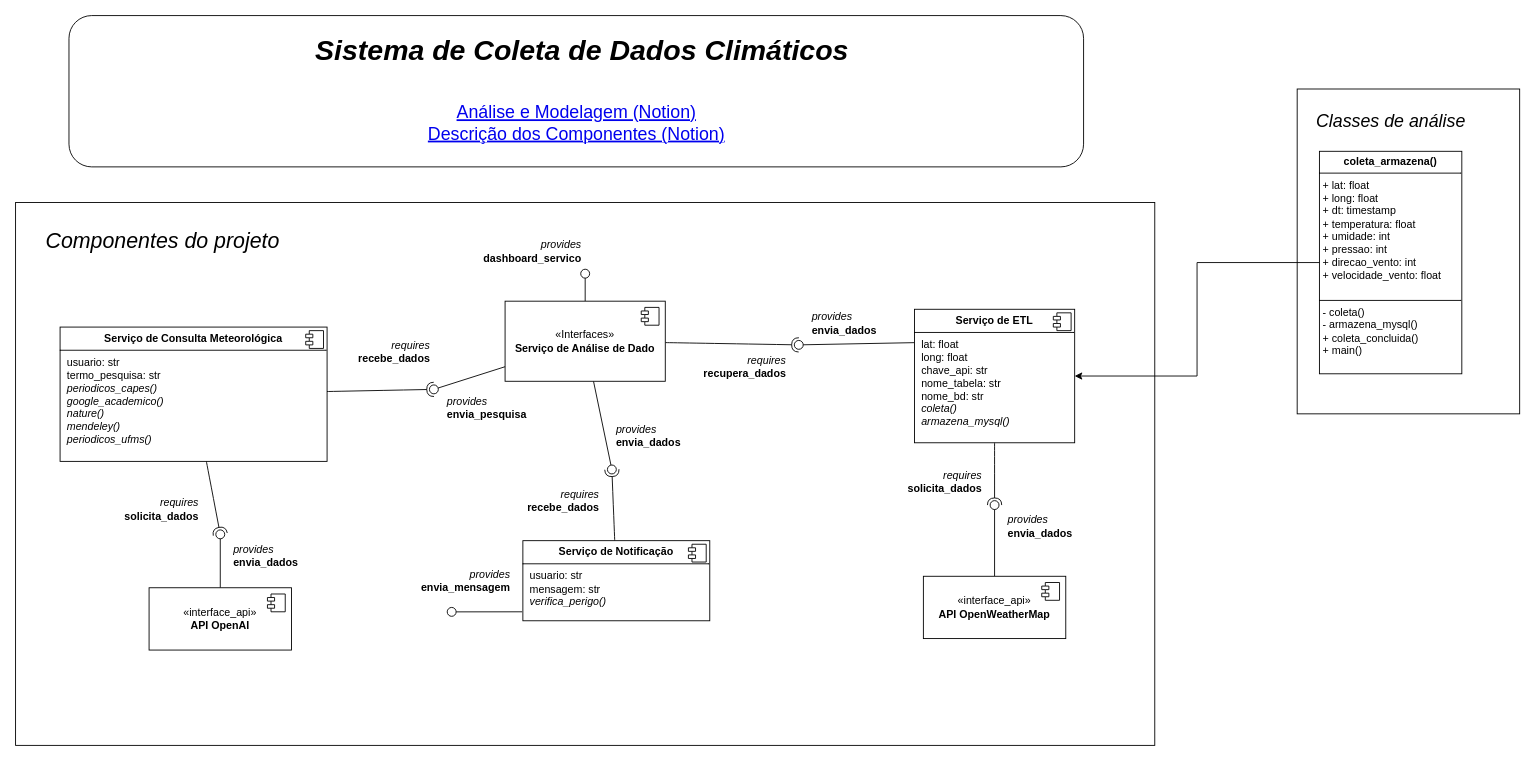
budkee/news_on_weather keeps this draw.io diagram as projeto_software.drawio. Above is the earlier version. Source tidied: cells renumbered, new cells numbered last; positions are measured from the earlier drawing's top-left corner, leaving out a move shared by most shapes. Both pictures are drawn from the tidied source at 89%, with x=0, y=0 at pixel (15, 15).
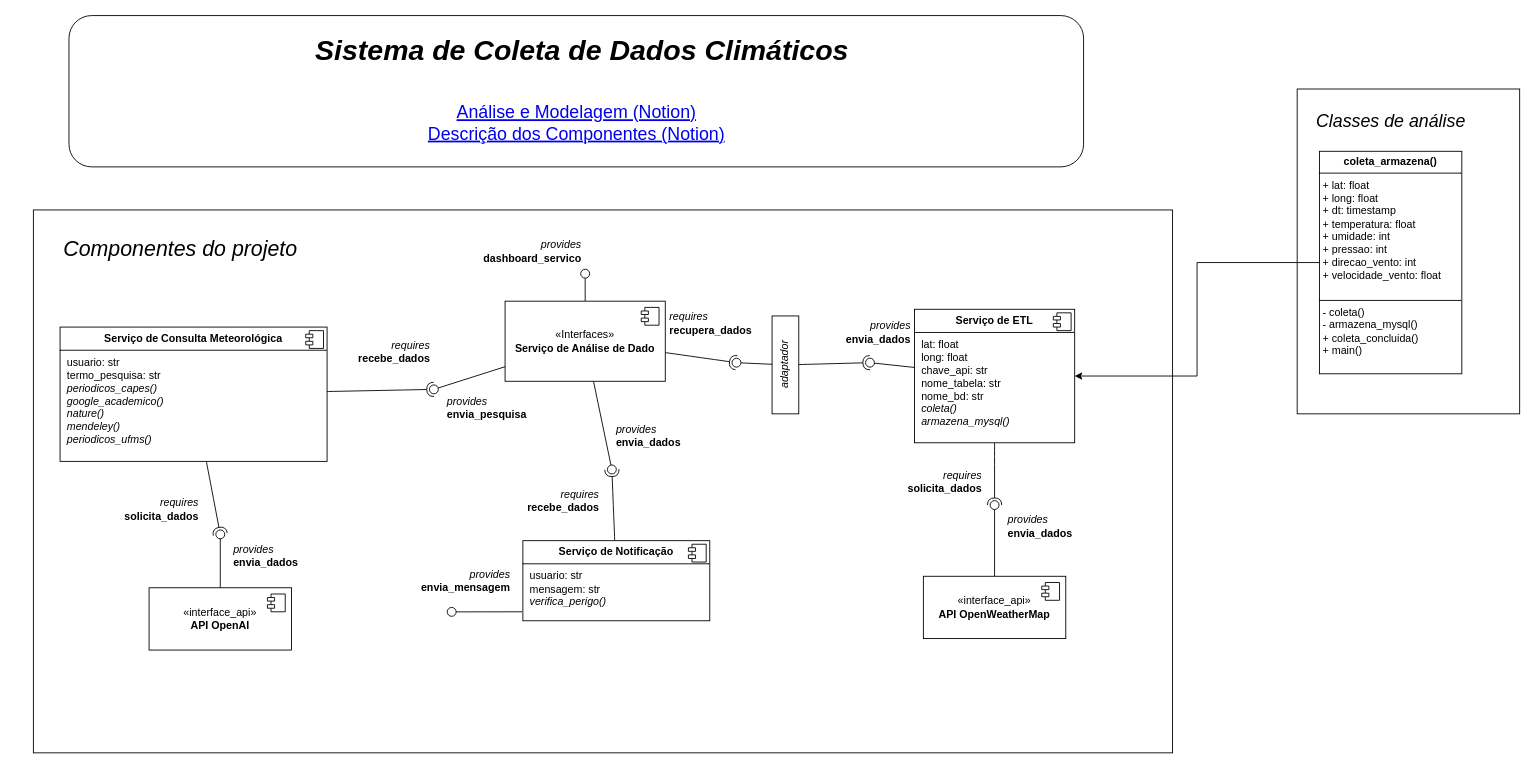
The same diagram, later.

Unchanged cells that the change refers to:
```xml
<mxCell id="14" value="&lt;p style=&quot;margin:0px;margin-top:6px;text-align:center;&quot;&gt;&lt;b&gt;Serviço de ETL&lt;/b&gt;&lt;/p&gt;&lt;hr size=&quot;1&quot; style=&quot;border-style:solid;&quot;&gt;&lt;p style=&quot;margin:0px;margin-left:8px;&quot;&gt;lat: float&lt;/p&gt;&lt;p style=&quot;margin:0px;margin-left:8px;&quot;&gt;long: float&lt;/p&gt;&lt;p style=&quot;margin:0px;margin-left:8px;&quot;&gt;chave_api: str&lt;/p&gt;&lt;p style=&quot;margin:0px;margin-left:8px;&quot;&gt;nome_tabela: str&lt;/p&gt;&lt;p style=&quot;margin:0px;margin-left:8px;&quot;&gt;nome_bd: str&lt;/p&gt;&lt;p style=&quot;margin:0px;margin-left:8px;&quot;&gt;&lt;i&gt;coleta()&lt;/i&gt;&lt;/p&gt;&lt;p style=&quot;margin:0px;margin-left:8px;&quot;&gt;&lt;i&gt;armazena_mysql()&lt;/i&gt;&lt;/p&gt;" style="align=left;overflow=fill;html=1;whiteSpace=wrap;" parent="1" vertex="1">
  <mxGeometry x="1010" y="330" width="180" height="150" as="geometry" />
</mxCell>
<mxCell id="35" value="«Interfaces»&lt;br&gt;&lt;b&gt;Serviço de Análise de Dado&lt;/b&gt;" style="html=1;whiteSpace=wrap;" parent="1" vertex="1">
  <mxGeometry x="550" y="320.9" width="180" height="90" as="geometry" />
</mxCell>
```

What changed in the source:
```diff
@@
     <mxCell id="2" style="group;textShadow=1;" parent="1" vertex="1">
-      <mxGeometry y="210" width="1280" height="610" as="geometry" />
+      <mxGeometry x="20" y="218.4" width="1280" height="610" as="geometry" />
     </mxCell>
@@
-    <mxCell id="13" style="rounded=0;jettySize=auto;html=1;endArrow=oval;endFill=0;sketch=0;sourcePerimeterSpacing=0;targetPerimeterSpacing=0;endSize=10;exitX=0;exitY=0.25;exitDx=0;exitDy=0;" parent="1" edge="1" source="14">
+    <mxCell id="13" style="rounded=0;jettySize=auto;html=1;endArrow=oval;endFill=0;sketch=0;sourcePerimeterSpacing=0;targetPerimeterSpacing=0;endSize=10;" parent="1" edge="1" source="14">
       <mxGeometry relative="1" as="geometry">
-        <mxPoint x="880" y="370" as="targetPoint" />
+        <mxPoint x="960" y="390" as="targetPoint" />
       </mxGeometry>
     </mxCell>
@@
     <mxCell id="21" style="rounded=0;jettySize=auto;html=1;endArrow=halfCircle;endFill=0;endSize=6;strokeWidth=1;sketch=0;fontSize=12;curved=1;" parent="1" edge="1" source="35">
       <mxGeometry relative="1" as="geometry">
-        <mxPoint x="880" y="370" as="targetPoint" />
+        <mxPoint x="810" y="390" as="targetPoint" />
       </mxGeometry>
     </mxCell>
-    <mxCell id="22" value="&lt;div&gt;&lt;span style=&quot;font-weight: normal;&quot;&gt;&lt;i&gt;requires&lt;/i&gt;&lt;/span&gt;&lt;/div&gt;recupera_dados" style="text;align=right;fontStyle=1;verticalAlign=middle;spacingLeft=3;spacingRight=3;strokeColor=none;html=1;" parent="1" vertex="1">
-      <mxGeometry x="790" y="379.1" width="80" height="31.8" as="geometry" />
+    <mxCell id="22" value="&lt;div&gt;&lt;span style=&quot;font-weight: normal;&quot;&gt;&lt;i&gt;requires&lt;/i&gt;&lt;/span&gt;&lt;/div&gt;recupera_dados" style="text;align=left;fontStyle=1;verticalAlign=middle;spacingLeft=3;spacingRight=3;strokeColor=none;html=1;" parent="1" vertex="1">
+      <mxGeometry x="730" y="330" width="80" height="31.8" as="geometry" />
     </mxCell>
@@
-    <mxCell id="25" value="&lt;div&gt;&lt;span style=&quot;font-weight: normal;&quot;&gt;&lt;i&gt;provides&lt;/i&gt;&lt;/span&gt;&lt;/div&gt;envia_dados" style="text;align=left;fontStyle=1;verticalAlign=middle;spacingLeft=3;spacingRight=3;strokeColor=none;html=1;" parent="1" vertex="1">
-      <mxGeometry x="890" y="330" width="110" height="31.8" as="geometry" />
+    <mxCell id="25" value="&lt;div&gt;&lt;span style=&quot;font-weight: normal;&quot;&gt;&lt;i&gt;provides&lt;/i&gt;&lt;/span&gt;&lt;/div&gt;envia_dados" style="text;align=right;fontStyle=1;verticalAlign=middle;spacingLeft=3;spacingRight=3;strokeColor=none;html=1;" parent="1" vertex="1">
+      <mxGeometry x="900" y="340" width="110" height="31.8" as="geometry" />
     </mxCell>
@@
+    <mxCell id="53" style="group;" parent="1" vertex="1">
+      <mxGeometry x="850" y="337.5" width="30" height="110" as="geometry" />
+    </mxCell>
+    <mxCell id="54" style="rounded=0;whiteSpace=wrap;html=1;" parent="53" vertex="1">
+      <mxGeometry width="30" height="110" as="geometry" />
+    </mxCell>
+    <mxCell id="55" value="&lt;i&gt;adaptador&lt;/i&gt;" style="text;html=1;align=center;verticalAlign=top;points=[];strokeColor=none;fillColor=none;rotation=-90;" parent="53" vertex="1">
+      <mxGeometry x="-25" y="40" width="80" height="30" as="geometry" />
+    </mxCell>
+    <mxCell id="56" style="rounded=0;jettySize=auto;html=1;endArrow=oval;endFill=0;sketch=0;sourcePerimeterSpacing=0;targetPerimeterSpacing=0;endSize=10;" parent="1" edge="1" source="55">
+      <mxGeometry relative="1" as="geometry">
+        <mxPoint x="810" y="390" as="targetPoint" />
+      </mxGeometry>
+    </mxCell>
+    <mxCell id="57" style="rounded=0;jettySize=auto;html=1;endArrow=halfCircle;endFill=0;endSize=6;strokeWidth=1;sketch=0;fontSize=12;curved=1;" parent="1" edge="1" source="55">
+      <mxGeometry relative="1" as="geometry">
+        <mxPoint x="960" y="390" as="targetPoint" />
+      </mxGeometry>
+    </mxCell>
```
